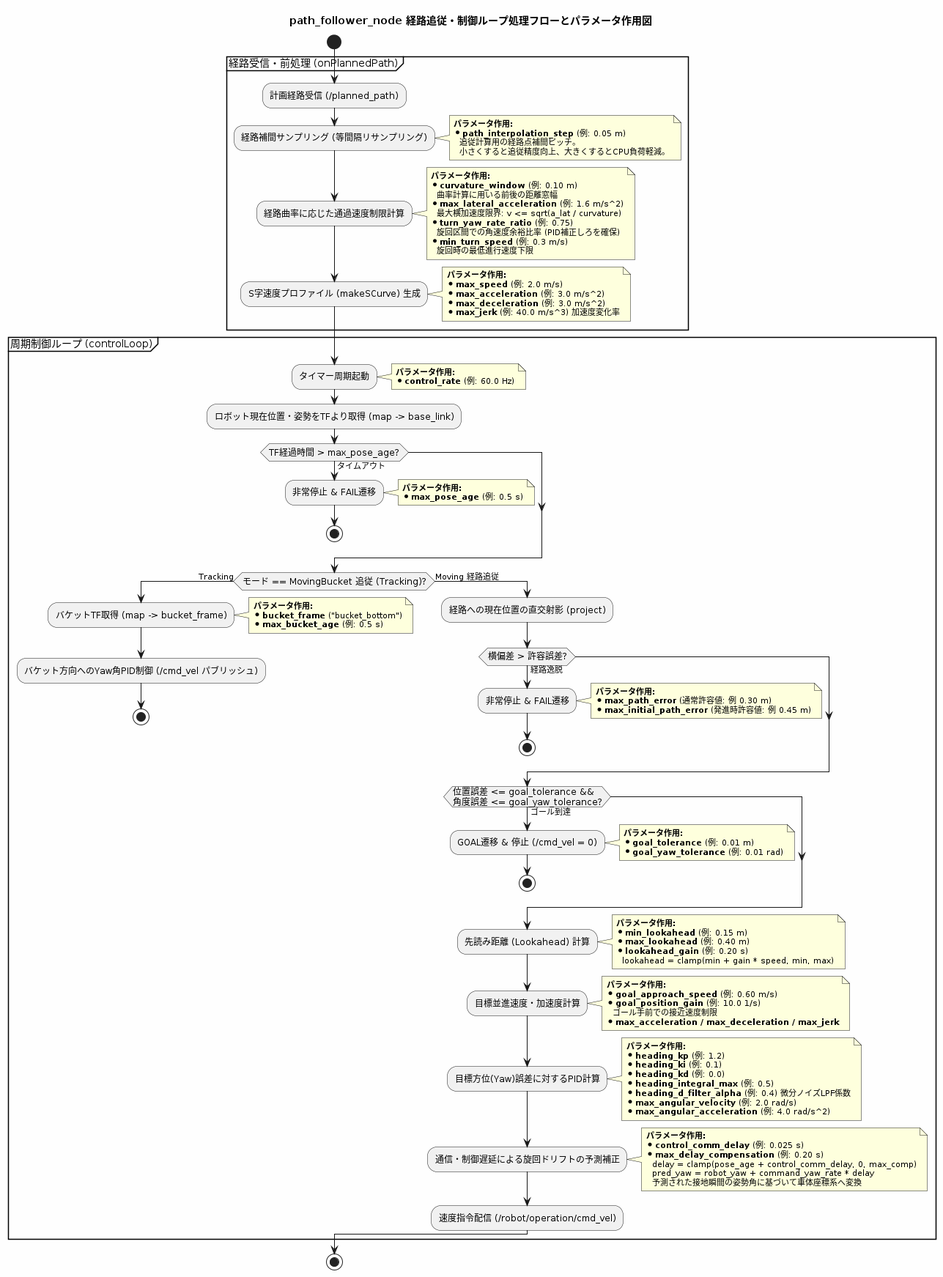
tmcit-ararobo-2026a/gn10-navigation keeps this PlantUML diagram as docs/path_follower_flow.png. Above is the earlier version. Its diagram source:
```plantuml
@startuml path_follower_flow
skinparam backgroundColor #FEFEFE
skinparam activityFontSize 12
skinparam noteFontSize 11

title path_follower_node 経路追従・制御ループ処理フローとパラメータ作用図

start

partition "経路受信・前処理 (onPlannedPath)" {
    :計画経路受信 (/planned_path);
    :経路補間サンプリング (等間隔リサンプリング);
    note right
      <b>パラメータ作用:</b>
      * <b>path_interpolation_step</b> (例: 0.05 m)
        追従計算用の経路点補間ピッチ。
        小さくすると追従精度向上、大きくするとCPU負荷軽減。
    end note

    :経路曲率に応じた通過速度制限計算;
    note right
      <b>パラメータ作用:</b>
      * <b>curvature_window</b> (例: 0.10 m)
        曲率計算に用いる前後の距離窓幅
      * <b>max_lateral_acceleration</b> (例: 1.6 m/s^2)
        最大横加速度限界: v <= sqrt(a_lat / curvature)
      * <b>turn_yaw_rate_ratio</b> (例: 0.75)
        旋回区間での角速度余裕比率 (PID補正しろを確保)
      * <b>min_turn_speed</b> (例: 0.3 m/s)
        旋回時の最低進行速度下限
    end note

    :S字速度プロファイル (makeSCurve) 生成;
    note right
      <b>パラメータ作用:</b>
      * <b>max_speed</b> (例: 2.0 m/s)
      * <b>max_acceleration</b> (例: 3.0 m/s^2)
      * <b>max_deceleration</b> (例: 3.0 m/s^2)
      * <b>max_jerk</b> (例: 40.0 m/s^3) 加速度変化率
    end note
}

partition "周期制御ループ (controlLoop)" {
    :タイマー周期起動;
    note right
      <b>パラメータ作用:</b>
      * <b>control_rate</b> (例: 60.0 Hz)
    end note

    :ロボット現在位置・姿勢をTFより取得 (map -> base_link);
    if (TF経過時間 > max_pose_age?) then (タイムアウト)
        :非常停止 & FAIL遷移;
        note right
          <b>パラメータ作用:</b>
          * <b>max_pose_age</b> (例: 0.5 s)
        end note
        stop
    end if

    if (モード == MovingBucket 追従 (Tracking)?) then (Tracking)
        :バケットTF取得 (map -> bucket_frame);
        note right
          <b>パラメータ作用:</b>
          * <b>bucket_frame</b> ("bucket_bottom")
          * <b>max_bucket_age</b> (例: 0.5 s)
        end note
        :バケット方向へのYaw角PID制御 (/cmd_vel パブリッシュ);
        stop
    else (Moving 経路追従)
        :経路への現在位置の直交射影 (project);
        if (横偏差 > 許容誤差?) then (経路逸脱)
            :非常停止 & FAIL遷移;
            note right
              <b>パラメータ作用:</b>
              * <b>max_path_error</b> (通常許容値: 例 0.30 m)
              * <b>max_initial_path_error</b> (発進時許容値: 例 0.45 m)
            end note
            stop
        end if

        if (位置誤差 <= goal_tolerance &&\n角度誤差 <= goal_yaw_tolerance?) then (ゴール到達)
            :GOAL遷移 & 停止 (/cmd_vel = 0);
            note right
              <b>パラメータ作用:</b>
              * <b>goal_tolerance</b> (例: 0.01 m)
              * <b>goal_yaw_tolerance</b> (例: 0.01 rad)
            end note
            stop
        end if

        :先読み距離 (Lookahead) 計算;
        note right
          <b>パラメータ作用:</b>
          * <b>min_lookahead</b> (例: 0.15 m)
          * <b>max_lookahead</b> (例: 0.40 m)
          * <b>lookahead_gain</b> (例: 0.20 s)
            lookahead = clamp(min + gain * speed, min, max)
        end note

        :目標並進速度・加速度計算;
        note right
          <b>パラメータ作用:</b>
          * <b>goal_approach_speed</b> (例: 0.60 m/s)
          * <b>goal_position_gain</b> (例: 10.0 1/s)
            ゴール手前での接近速度制限
          * <b>max_acceleration / max_deceleration / max_jerk</b>
        end note

        :目標方位(Yaw)誤差に対するPID計算;
        note right
          <b>パラメータ作用:</b>
          * <b>heading_kp</b> (例: 1.2)
          * <b>heading_ki</b> (例: 0.1)
          * <b>heading_kd</b> (例: 0.0)
          * <b>heading_integral_max</b> (例: 0.5)
          * <b>heading_d_filter_alpha</b> (例: 0.4) 微分ノイズLPF係数
          * <b>max_angular_velocity</b> (例: 2.0 rad/s)
          * <b>max_angular_acceleration</b> (例: 4.0 rad/s^2)
        end note

        :通信・制御遅延による旋回ドリフトの予測補正;
        note right
          <b>パラメータ作用:</b>
          * <b>control_comm_delay</b> (例: 0.025 s)
          * <b>max_delay_compensation</b> (例: 0.20 s)
            delay = clamp(pose_age + control_comm_delay, 0, max_comp)
            pred_yaw = robot_yaw + command_yaw_rate * delay
            予測された接地瞬間の姿勢角に基づいて車体座標系へ変換
        end note

        :速度指令配信 (/robot/operation/cmd_vel);
    end if
}

stop

@enduml
```
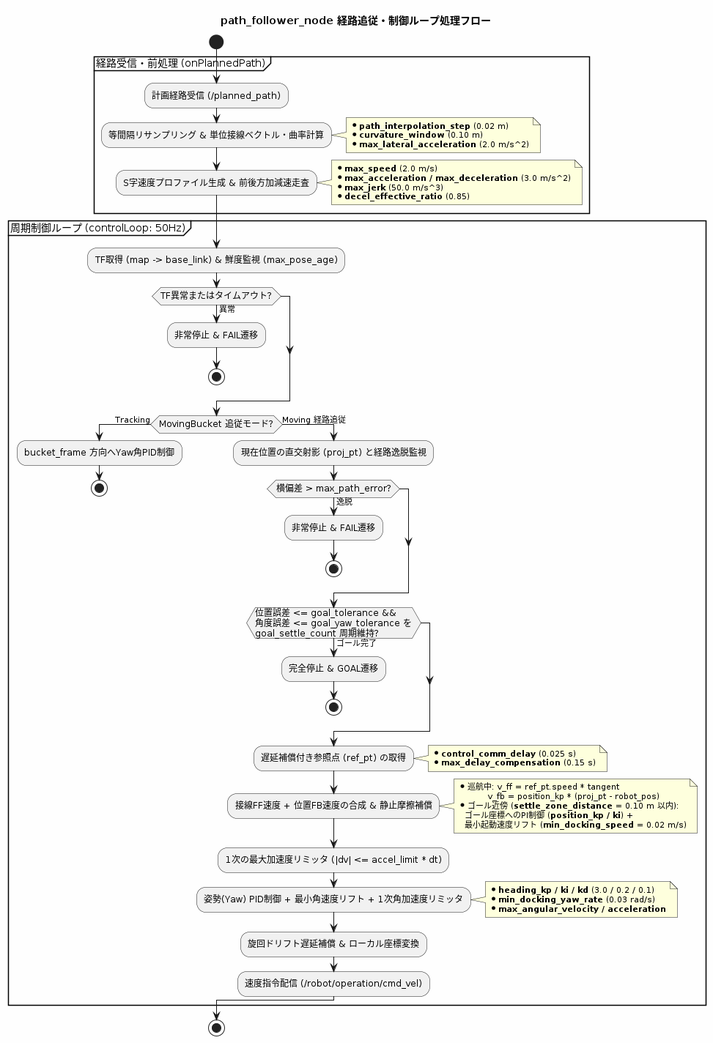
After the commit.

The edit, as a diff of the source:
```diff
@@ -3,133 +3,77 @@
 skinparam activityFontSize 12
 skinparam noteFontSize 11
 
-title path_follower_node 経路追従・制御ループ処理フローとパラメータ作用図
+title path_follower_node 経路追従・制御ループ処理フロー
 
 start
 
 partition "経路受信・前処理 (onPlannedPath)" {
     :計画経路受信 (/planned_path);
-    :経路補間サンプリング (等間隔リサンプリング);
+    :等間隔リサンプリング & 単位接線ベクトル・曲率計算;
     note right
-      <b>パラメータ作用:</b>
-      * <b>path_interpolation_step</b> (例: 0.05 m)
-        追従計算用の経路点補間ピッチ。
-        小さくすると追従精度向上、大きくするとCPU負荷軽減。
+      * <b>path_interpolation_step</b> (0.02 m)
+      * <b>curvature_window</b> (0.10 m)
+      * <b>max_lateral_acceleration</b> (2.0 m/s^2)
     end note
 
-    :経路曲率に応じた通過速度制限計算;
+    :S字速度プロファイル生成 & 前後方加減速走査;
     note right
-      <b>パラメータ作用:</b>
-      * <b>curvature_window</b> (例: 0.10 m)
-        曲率計算に用いる前後の距離窓幅
-      * <b>max_lateral_acceleration</b> (例: 1.6 m/s^2)
-        最大横加速度限界: v <= sqrt(a_lat / curvature)
-      * <b>turn_yaw_rate_ratio</b> (例: 0.75)
-        旋回区間での角速度余裕比率 (PID補正しろを確保)
-      * <b>min_turn_speed</b> (例: 0.3 m/s)
-        旋回時の最低進行速度下限
-    end note
-
-    :S字速度プロファイル (makeSCurve) 生成;
-    note right
-      <b>パラメータ作用:</b>
-      * <b>max_speed</b> (例: 2.0 m/s)
-      * <b>max_acceleration</b> (例: 3.0 m/s^2)
-      * <b>max_deceleration</b> (例: 3.0 m/s^2)
-      * <b>max_jerk</b> (例: 40.0 m/s^3) 加速度変化率
+      * <b>max_speed</b> (2.0 m/s)
+      * <b>max_acceleration / max_deceleration</b> (3.0 m/s^2)
+      * <b>max_jerk</b> (50.0 m/s^3)
+      * <b>decel_effective_ratio</b> (0.85)
     end note
 }
 
-partition "周期制御ループ (controlLoop)" {
-    :タイマー周期起動;
-    note right
-      <b>パラメータ作用:</b>
-      * <b>control_rate</b> (例: 60.0 Hz)
-    end note
+partition "周期制御ループ (controlLoop: 50Hz)" {
+    :TF取得 (map -> base_link) & 鮮度監視 (max_pose_age);
+    if (TF異常またはタイムアウト?) then (異常)
+        :非常停止 & FAIL遷移;
+        stop
+    endif
 
-    :ロボット現在位置・姿勢をTFより取得 (map -> base_link);
-    if (TF経過時間 > max_pose_age?) then (タイムアウト)
-        :非常停止 & FAIL遷移;
-        note right
-          <b>パラメータ作用:</b>
-          * <b>max_pose_age</b> (例: 0.5 s)
-        end note
-        stop
-    end if
-
-    if (モード == MovingBucket 追従 (Tracking)?) then (Tracking)
-        :バケットTF取得 (map -> bucket_frame);
-        note right
-          <b>パラメータ作用:</b>
-          * <b>bucket_frame</b> ("bucket_bottom")
-          * <b>max_bucket_age</b> (例: 0.5 s)
-        end note
-        :バケット方向へのYaw角PID制御 (/cmd_vel パブリッシュ);
+    if (MovingBucket 追従モード?) then (Tracking)
+        :bucket_frame 方向へYaw角PID制御;
         stop
     else (Moving 経路追従)
-        :経路への現在位置の直交射影 (project);
-        if (横偏差 > 許容誤差?) then (経路逸脱)
+        :現在位置の直交射影 (proj_pt) と経路逸脱監視;
+        if (横偏差 > max_path_error?) then (逸脱)
             :非常停止 & FAIL遷移;
-            note right
-              <b>パラメータ作用:</b>
-              * <b>max_path_error</b> (通常許容値: 例 0.30 m)
-              * <b>max_initial_path_error</b> (発進時許容値: 例 0.45 m)
-            end note
             stop
-        end if
+        endif
 
-        if (位置誤差 <= goal_tolerance &&\n角度誤差 <= goal_yaw_tolerance?) then (ゴール到達)
-            :GOAL遷移 & 停止 (/cmd_vel = 0);
-            note right
-              <b>パラメータ作用:</b>
-              * <b>goal_tolerance</b> (例: 0.01 m)
-              * <b>goal_yaw_tolerance</b> (例: 0.01 rad)
-            end note
+        if (位置誤差 <= goal_tolerance &&\n角度誤差 <= goal_yaw_tolerance を\ngoal_settle_count 周期維持?) then (ゴール完了)
+            :完全停止 & GOAL遷移;
             stop
-        end if
+        endif
 
-        :先読み距離 (Lookahead) 計算;
+        :遅延補償付き参照点 (ref_pt) の取得;
         note right
-          <b>パラメータ作用:</b>
-          * <b>min_lookahead</b> (例: 0.15 m)
-          * <b>max_lookahead</b> (例: 0.40 m)
-          * <b>lookahead_gain</b> (例: 0.20 s)
-            lookahead = clamp(min + gain * speed, min, max)
+          * <b>control_comm_delay</b> (0.025 s)
+          * <b>max_delay_compensation</b> (0.15 s)
         end note
 
-        :目標並進速度・加速度計算;
+        :接線FF速度 + 位置FB速度の合成 & 静止摩擦補償;
         note right
-          <b>パラメータ作用:</b>
-          * <b>goal_approach_speed</b> (例: 0.60 m/s)
-          * <b>goal_position_gain</b> (例: 10.0 1/s)
-            ゴール手前での接近速度制限
-          * <b>max_acceleration / max_deceleration / max_jerk</b>
+          * 巡航中: v_ff = ref_pt.speed * tangent
+                    v_fb = position_kp * (proj_pt - robot_pos)
+          * ゴール近傍 (<b>settle_zone_distance</b> = 0.10 m 以内):
+            ゴール座標へのPI制御 (<b>position_kp / ki</b>) +
+            最小起動速度リフト (<b>min_docking_speed</b> = 0.02 m/s)
         end note
 
-        :目標方位(Yaw)誤差に対するPID計算;
+        :1次の最大加速度リミッタ (|dv| <= accel_limit * dt);
+
+        :姿勢(Yaw) PID制御 + 最小角速度リフト + 1次角加速度リミッタ;
         note right
-          <b>パラメータ作用:</b>
-          * <b>heading_kp</b> (例: 1.2)
-          * <b>heading_ki</b> (例: 0.1)
-          * <b>heading_kd</b> (例: 0.0)
-          * <b>heading_integral_max</b> (例: 0.5)
-          * <b>heading_d_filter_alpha</b> (例: 0.4) 微分ノイズLPF係数
-          * <b>max_angular_velocity</b> (例: 2.0 rad/s)
-          * <b>max_angular_acceleration</b> (例: 4.0 rad/s^2)
+          * <b>heading_kp / ki / kd</b> (3.0 / 0.2 / 0.1)
+          * <b>min_docking_yaw_rate</b> (0.03 rad/s)
+          * <b>max_angular_velocity / acceleration</b>
         end note
 
-        :通信・制御遅延による旋回ドリフトの予測補正;
-        note right
-          <b>パラメータ作用:</b>
-          * <b>control_comm_delay</b> (例: 0.025 s)
-          * <b>max_delay_compensation</b> (例: 0.20 s)
-            delay = clamp(pose_age + control_comm_delay, 0, max_comp)
-            pred_yaw = robot_yaw + command_yaw_rate * delay
-            予測された接地瞬間の姿勢角に基づいて車体座標系へ変換
-        end note
-
+        :旋回ドリフト遅延補償 & ローカル座標変換;
         :速度指令配信 (/robot/operation/cmd_vel);
-    end if
+    endif
 }
 
 stop
```
